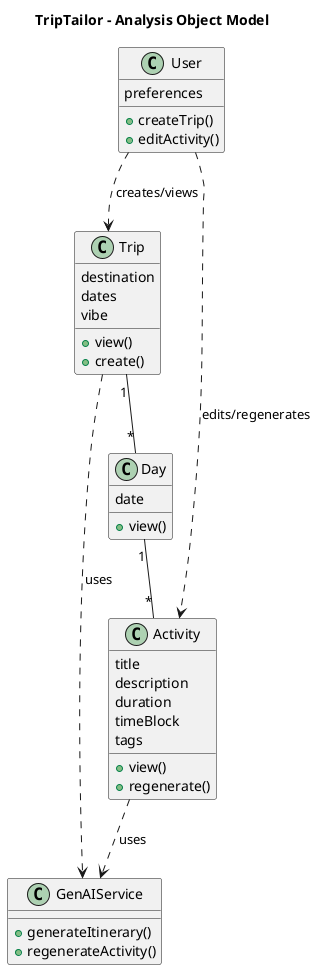
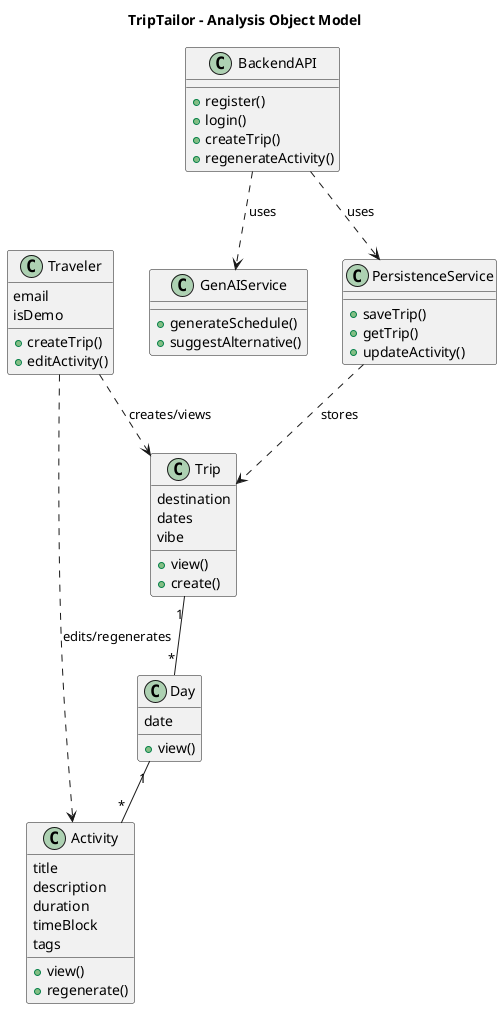
@startuml analysis-object-model
title TripTailor - Analysis Object Model

class Trip {
  destination
  dates
  vibe
  + view()
  + create()
}

class Day {
  date
  + view()
}

class Activity {
  title
  description
  duration
  timeBlock
  tags
  + view()
  + regenerate()
}

- class User {
-   preferences
+ class Traveler {
+   email
+   isDemo
  + createTrip()
  + editActivity()
}

+ class BackendAPI {
+   + register()
+   + login()
+   + createTrip()
+   + regenerateActivity()
+ }
+ 
class GenAIService {
-   + generateItinerary()
-   + regenerateActivity()
+   + generateSchedule()
+   + suggestAlternative()
+ }
+ 
+ class PersistenceService {
+   + saveTrip()
+   + getTrip()
+   + updateActivity()
}

Trip "1" -- "*" Day
Day "1" -- "*" Activity

- User ..> Trip : creates/views
- User ..> Activity : edits/regenerates
+ Traveler ..> Trip : creates/views
+ Traveler ..> Activity : edits/regenerates

- Trip ..> GenAIService : uses
- Activity ..> GenAIService : uses
+ BackendAPI ..> GenAIService : uses
+ BackendAPI ..> PersistenceService : uses
+ PersistenceService ..> Trip : stores

- @enduml+ @enduml
